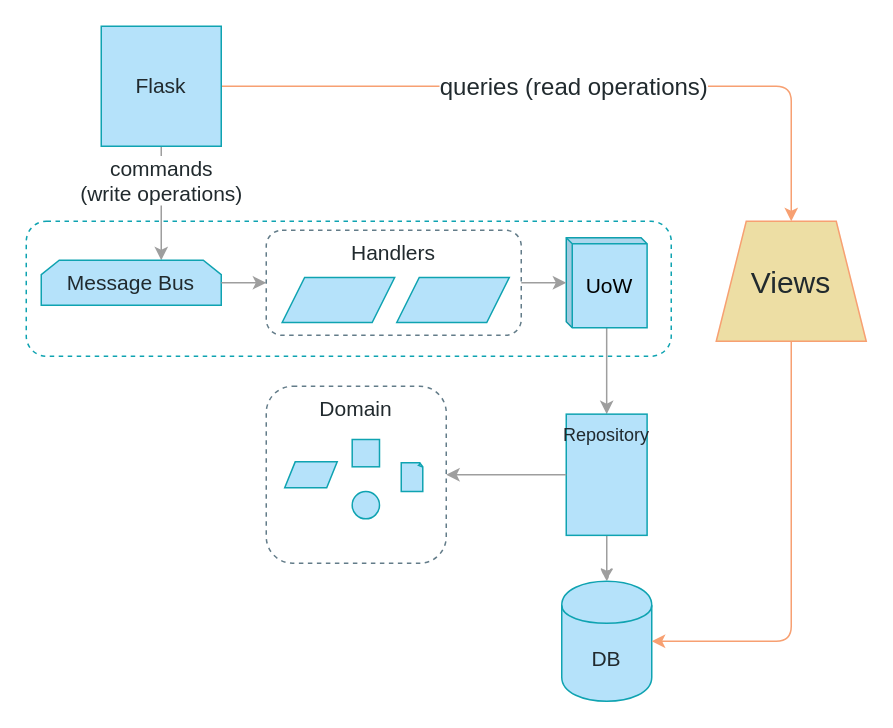
Earlier version of the draw.io diagram page "Chapter 12" (9 of 11) of maps.drawio (cosmicpython/book). Source tidied: cells renumbered, new cells numbered last; positions are measured from the earlier drawing's top-left corner, leaving out a move shared by most shapes. Both pictures are drawn from the tidied source at 150%, with x=0, y=0 at pixel (26, 26).
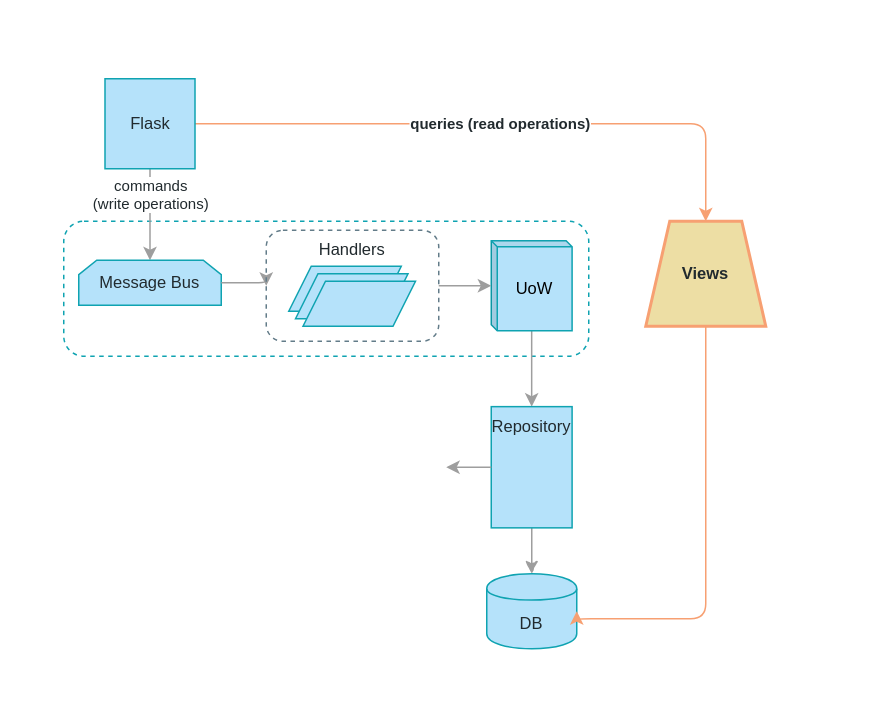
Above is the later version.

What changed in the source:
```diff
@@
-    <mxCell id="2" style="rounded=1;whiteSpace=wrap;html=1;shadow=0;dashed=1;fontFamily=Guardian Sans Cond Light;fontSize=18;fontColor=#0FA3B1;align=right;strokeColor=#0FA3B1;gradientColor=#ffffff;fillColor=none;labelPosition=center;verticalLabelPosition=top;verticalAlign=bottom;" parent="1" vertex="1">
-      <mxGeometry y="130" width="430" height="90" as="geometry" />
+    <mxCell id="2" style="rounded=1;whiteSpace=wrap;html=1;shadow=0;dashed=1;fontFamily=Guardian Sans Cond Light;fontSize=11;fontColor=#0FA3B1;align=right;strokeColor=#0FA3B1;gradientColor=#ffffff;fillColor=none;labelPosition=center;verticalLabelPosition=top;verticalAlign=bottom;" parent="1" vertex="1">
+      <mxGeometry x="25" y="130" width="350" height="90" as="geometry" />
     </mxCell>
-    <mxCell id="3" value="commands&lt;br style=&quot;font-size: 14px;&quot;&gt;(write operations)" style="edgeStyle=orthogonalEdgeStyle;jettySize=auto;html=1;strokeColor=#9E9E9E;fillColor=#B5E2FA;fontFamily=Guardian Sans Cond Light;fontSize=14;fontColor=#212A2E;verticalAlign=middle;exitX=0.5;exitY=1;exitDx=0;exitDy=0;" parent="1" edge="1" source="5">
-      <mxGeometry x="-0.4" relative="1" as="geometry">
-        <mxPoint x="90" y="156" as="targetPoint" />
+    <mxCell id="3" value="commands&lt;br style=&quot;font-size: 10px;&quot;&gt;(write operations)" style="edgeStyle=orthogonalEdgeStyle;jettySize=auto;html=1;strokeColor=#9E9E9E;fillColor=#B5E2FA;fontFamily=Guardian Sans Cond Light;fontSize=10;fontColor=#212A2E;verticalAlign=middle;exitX=0.5;exitY=1;exitDx=0;exitDy=0;entryX=0.5;entryY=0;entryDx=0;entryDy=0;" parent="1" edge="1" source="5" target="8">
+      <mxGeometry x="-0.29" y="-5" relative="1" as="geometry">
         <Array as="points">
-          <mxPoint x="90" y="100" />
+          <mxPoint x="83" y="120" />
+          <mxPoint x="83" y="120" />
         </Array>
+        <mxPoint x="5" y="-5" as="offset" />
       </mxGeometry>
     </mxCell>
-    <mxCell id="4" value="queries (read operations)" style="edgeStyle=orthogonalEdgeStyle;jettySize=auto;html=1;strokeColor=#F7A072;fillColor=#B5E2FA;fontFamily=Guardian Sans Cond Light;fontSize=16;fontColor=#212A2E;" parent="1" edge="1" source="5" target="27">
+    <mxCell id="4" value="queries (read operations)" style="edgeStyle=orthogonalEdgeStyle;jettySize=auto;html=1;strokeColor=#F7A072;fillColor=#B5E2FA;fontFamily=Guardian Sans Cond Light;fontSize=10;fontColor=#212A2E;fontStyle=1;" parent="1" edge="1" source="5" target="27">
       <mxGeometry relative="1" as="geometry" />
     </mxCell>
-    <mxCell id="5" value="Flask" style="whiteSpace=wrap;html=1;strokeColor=#0FA3B1;fillColor=#B5E2FA;gradientColor=none;fontFamily=Guardian Sans Cond Light;fontSize=14;fontColor=#212A2E;" parent="1" vertex="1">
-      <mxGeometry x="50" width="80" height="80" as="geometry" />
+    <mxCell id="5" value="Flask" style="whiteSpace=wrap;html=1;strokeColor=#0FA3B1;fillColor=#B5E2FA;gradientColor=none;fontFamily=Guardian Sans Cond Light;fontSize=11;fontColor=#212A2E;" parent="1" vertex="1">
+      <mxGeometry x="52.5" y="35" width="60" height="60" as="geometry" />
     </mxCell>
-    <mxCell id="6" style="edgeStyle=orthogonalEdgeStyle;jettySize=auto;html=1;strokeColor=#9E9E9E;fillColor=#B5E2FA;fontFamily=Guardian Sans Cond Light;fontSize=12;fontColor=#212A2E;" parent="1" edge="1" source="7" target="10">
+    <mxCell id="6" style="edgeStyle=orthogonalEdgeStyle;jettySize=auto;html=1;strokeColor=#9E9E9E;fillColor=#B5E2FA;fontFamily=Guardian Sans Cond Light;fontSize=11;fontColor=#212A2E;" parent="1" edge="1" source="7" target="10">
       <mxGeometry relative="1" as="geometry" />
     </mxCell>
-    <mxCell id="7" value="UoW" style="shape=cube;whiteSpace=wrap;html=1;boundedLbl=1;backgroundOutline=1;darkOpacity=0.05;darkOpacity2=0.1;fontFamily=Guardian Sans Cond Light;fontSize=14;fontColor=#000000;align=center;strokeColor=#0FA3B1;fillColor=#B5E2FA;size=4;" parent="1" vertex="1">
-      <mxGeometry x="360" y="141" width="53.9" height="60" as="geometry" />
+    <mxCell id="7" value="UoW" style="shape=cube;whiteSpace=wrap;html=1;boundedLbl=1;backgroundOutline=1;darkOpacity=0.05;darkOpacity2=0.1;fontFamily=Guardian Sans Cond Light;fontSize=11;fontColor=#000000;align=center;strokeColor=#0FA3B1;fillColor=#B5E2FA;size=4;" parent="1" vertex="1">
+      <mxGeometry x="310" y="143" width="53.9" height="60" as="geometry" />
     </mxCell>
-    <mxCell id="8" value="Message Bus" style="shape=loopLimit;whiteSpace=wrap;html=1;fontFamily=Guardian Sans Cond Light;fontSize=14;fontColor=#212A2E;align=center;strokeColor=#0FA3B1;fillColor=#B5E2FA;size=12;gradientColor=none;" parent="1" vertex="1">
-      <mxGeometry x="10" y="156" width="120" height="30" as="geometry" />
+    <mxCell id="8" value="Message Bus" style="shape=loopLimit;whiteSpace=wrap;html=1;fontFamily=Guardian Sans Cond Light;fontSize=11;fontColor=#212A2E;align=center;strokeColor=#0FA3B1;fillColor=#B5E2FA;size=12;gradientColor=none;" parent="1" vertex="1">
+      <mxGeometry x="35" y="156" width="95" height="30" as="geometry" />
     </mxCell>
-    <mxCell id="9" style="edgeStyle=orthogonalEdgeStyle;curved=1;comic=1;jettySize=auto;html=1;labelBackgroundColor=#ffffff;strokeColor=#9E9E9E;fontFamily=Guardian Sans Cond Light;fontSize=12;fontColor=#212A2E;fillColor=#B5E2FA;" parent="1" edge="1" source="10" target="13">
+    <mxCell id="9" style="edgeStyle=orthogonalEdgeStyle;curved=1;comic=1;jettySize=auto;html=1;labelBackgroundColor=#ffffff;strokeColor=#9E9E9E;fontFamily=Guardian Sans Cond Light;fontSize=11;fontColor=#212A2E;fillColor=#B5E2FA;" parent="1" edge="1" source="10" target="13">
       <mxGeometry relative="1" as="geometry" />
     </mxCell>
-    <mxCell id="10" value="Repository" style="whiteSpace=wrap;html=1;strokeColor=#0FA3B1;fillColor=#B5E2FA;gradientColor=none;fontFamily=Guardian Sans Cond Light;fontSize=12;fontColor=#212A2E;verticalAlign=top;" parent="1" vertex="1">
-      <mxGeometry x="360" y="258.6" width="53.9" height="80.8" as="geometry" />
+    <mxCell id="10" value="Repository" style="whiteSpace=wrap;html=1;strokeColor=#0FA3B1;fillColor=#B5E2FA;gradientColor=none;fontFamily=Guardian Sans Cond Light;fontSize=11;fontColor=#212A2E;verticalAlign=top;" parent="1" vertex="1">
+      <mxGeometry x="310" y="253.6" width="53.9" height="80.8" as="geometry" />
     </mxCell>
-    <mxCell id="11" style="edgeStyle=orthogonalEdgeStyle;jettySize=auto;html=1;strokeColor=#9E9E9E;fillColor=#B5E2FA;fontFamily=Guardian Sans Cond Light;fontSize=12;fontColor=#212A2E;entryX=0;entryY=0.5;entryDx=0;entryDy=0;exitX=1;exitY=0.5;exitDx=0;exitDy=0;" parent="1" edge="1" source="8" target="15">
+    <mxCell id="11" style="edgeStyle=orthogonalEdgeStyle;jettySize=auto;html=1;strokeColor=#9E9E9E;fillColor=#B5E2FA;fontFamily=Guardian Sans Cond Light;fontSize=11;fontColor=#212A2E;entryX=0;entryY=0.5;entryDx=0;entryDy=0;exitX=1;exitY=0.5;exitDx=0;exitDy=0;" parent="1" edge="1" source="8" target="15">
       <mxGeometry relative="1" as="geometry">
         <Array as="points">
           <mxPoint x="140" y="171" />
           <mxPoint x="140" y="171" />
         </Array>
       </mxGeometry>
     </mxCell>
-    <mxCell id="12" style="edgeStyle=orthogonalEdgeStyle;jettySize=auto;html=1;strokeColor=#9E9E9E;fillColor=#B5E2FA;fontFamily=Guardian Sans Cond Light;fontSize=12;fontColor=#212A2E;exitX=0;exitY=0.5;exitDx=0;exitDy=0;" parent="1" edge="1" source="10" target="20">
-      <mxGeometry relative="1" as="geometry" />
+    <mxCell id="12" style="edgeStyle=orthogonalEdgeStyle;jettySize=auto;html=1;strokeColor=#9E9E9E;fillColor=#B5E2FA;fontFamily=Guardian Sans Cond Light;fontSize=11;fontColor=#212A2E;exitX=0;exitY=0.5;exitDx=0;exitDy=0;" parent="1" edge="1" source="10">
+      <mxGeometry relative="1" as="geometry">
+        <mxPoint x="280" y="294.3" as="targetPoint" />
+      </mxGeometry>
     </mxCell>
-    <mxCell id="13" value="DB" style="shape=cylinder;whiteSpace=wrap;html=1;boundedLbl=1;backgroundOutline=1;strokeColor=#0FA3B1;fillColor=#B5E2FA;fontSize=14;fontColor=#212A2E;gradientColor=none;fontFamily=Guardian Sans Cond Light;" parent="1" vertex="1">
-      <mxGeometry x="357" y="370" width="60" height="80" as="geometry" />
+    <mxCell id="13" value="DB" style="shape=cylinder;whiteSpace=wrap;html=1;boundedLbl=1;backgroundOutline=1;strokeColor=#0FA3B1;fillColor=#B5E2FA;fontSize=11;fontColor=#212A2E;gradientColor=none;fontFamily=Guardian Sans Cond Light;" parent="1" vertex="1">
+      <mxGeometry x="307" y="365" width="60" height="50" as="geometry" />
     </mxCell>
-    <mxCell id="14" style="group;" parent="1" vertex="1">
-      <mxGeometry x="160" y="136" width="170" height="70" as="geometry" />
-    </mxCell>
+    <mxCell id="25" style="edgeStyle=orthogonalEdgeStyle;jettySize=auto;html=1;strokeColor=#9E9E9E;fillColor=#B5E2FA;fontFamily=Guardian Sans Cond Light;fontSize=11;fontColor=#212A2E;" parent="1" edge="1" source="15" target="7">
+      <mxGeometry relative="1" as="geometry" />
+    </mxCell>
+    <mxCell id="26" style="edgeStyle=orthogonalEdgeStyle;jettySize=auto;html=1;strokeColor=#F7A072;fillColor=#B5E2FA;fontFamily=Guardian Sans Cond Light;fontSize=11;fontColor=#212A2E;entryX=1;entryY=0.5;entryDx=0;entryDy=0;exitX=0.5;exitY=1;exitDx=0;exitDy=0;" parent="1" edge="1" source="27" target="13">
+      <mxGeometry relative="1" as="geometry">
+        <Array as="points">
+          <mxPoint x="453" y="395" />
+        </Array>
+      </mxGeometry>
+    </mxCell>
+    <mxCell id="27" value="Views" style="shape=trapezoid;perimeter=trapezoidPerimeter;whiteSpace=wrap;html=1;rounded=0;shadow=0;glass=0;comic=0;strokeColor=#F7A072;fillColor=#EDDEA4;gradientColor=none;fontFamily=Guardian Sans Cond Light;fontSize=11;fontColor=#212A2E;align=center;fontStyle=1;strokeWidth=2;" parent="1" vertex="1">
+      <mxGeometry x="413" y="130" width="80" height="70" as="geometry" />
+    </mxCell>
-    <mxCell id="15" value="Handlers" style="rounded=1;whiteSpace=wrap;html=1;fontFamily=Guardian Sans Cond Light;verticalAlign=top;fontSize=14;fontColor=#212A2E;fillColor=none;strokeColor=#637C89;fontStyle=0;dashed=1;" parent="14" vertex="1">
-      <mxGeometry width="170" height="70" as="geometry" />
+    <mxCell id="15" value="Handlers" style="rounded=1;whiteSpace=wrap;html=1;fontFamily=Guardian Sans Cond Light;verticalAlign=top;fontSize=11;fontColor=#212A2E;fillColor=none;strokeColor=#637C89;fontStyle=0;dashed=1;" parent="1" vertex="1">
+      <mxGeometry x="160" y="136" width="115" height="74" as="geometry" />
     </mxCell>
-    <mxCell id="16" style="shape=parallelogram;perimeter=parallelogramPerimeter;whiteSpace=wrap;html=1;fontFamily=Guardian Sans Cond Light;fontSize=14;fontColor=#212A2E;align=center;strokeColor=#0FA3B1;fillColor=#B5E2FA;" parent="14" vertex="1">
-      <mxGeometry x="10.6" y="31.5" width="75" height="30" as="geometry" />
+    <mxCell id="16" style="shape=parallelogram;perimeter=parallelogramPerimeter;whiteSpace=wrap;html=1;fontFamily=Guardian Sans Cond Light;fontSize=11;fontColor=#212A2E;align=center;strokeColor=#0FA3B1;fillColor=#B5E2FA;" parent="1" vertex="1">
+      <mxGeometry x="175" y="160" width="75" height="30" as="geometry" />
     </mxCell>
-    <mxCell id="17" style="shape=parallelogram;perimeter=parallelogramPerimeter;whiteSpace=wrap;html=1;fontFamily=Guardian Sans Cond Light;fontSize=14;fontColor=#212A2E;align=center;strokeColor=#0FA3B1;fillColor=#B5E2FA;" parent="14" vertex="1">
-      <mxGeometry x="87" y="31.5" width="75" height="30" as="geometry" />
+    <mxCell id="17" style="shape=parallelogram;perimeter=parallelogramPerimeter;whiteSpace=wrap;html=1;fontFamily=Guardian Sans Cond Light;fontSize=11;fontColor=#212A2E;align=center;strokeColor=#0FA3B1;fillColor=#B5E2FA;" parent="1" vertex="1">
+      <mxGeometry x="179.5" y="165" width="75" height="30" as="geometry" />
     </mxCell>
-    <mxCell id="18" style="group;" parent="1" vertex="1">
-      <mxGeometry x="160" y="240" width="120" height="118" as="geometry" />
-    </mxCell>
-    <mxCell id="19" style="group;" parent="18" vertex="1">
-      <mxGeometry width="120" height="118" as="geometry" />
-    </mxCell>
-    <mxCell id="20" value="Domain" style="rounded=1;whiteSpace=wrap;html=1;fontFamily=Guardian Sans Cond Light;verticalAlign=top;fontSize=14;fontColor=#212A2E;fillColor=none;strokeColor=#637C89;dashed=1;" parent="19" vertex="1">
-      <mxGeometry width="120" height="118" as="geometry" />
-    </mxCell>
-    <mxCell id="21" style="whiteSpace=wrap;html=1;fontSize=14;strokeColor=#0FA3B1;fillColor=#B5E2FA;fontFamily=Guardian Sans Cond Light;" parent="19" vertex="1">
-      <mxGeometry x="57.3" y="35.5" width="18.2" height="18.2" as="geometry" />
-    </mxCell>
-    <mxCell id="22" style="ellipse;whiteSpace=wrap;html=1;fontSize=14;strokeColor=#0FA3B1;fillColor=#B5E2FA;fontFamily=Guardian Sans Cond Light;" parent="19" vertex="1">
-      <mxGeometry x="57.3" y="70.2" width="18.2" height="18.2" as="geometry" />
-    </mxCell>
-    <mxCell id="23" style="shape=parallelogram;perimeter=parallelogramPerimeter;whiteSpace=wrap;html=1;fontFamily=Guardian Sans Cond Light;fontSize=14;fontColor=#000000;align=center;strokeColor=#0FA3B1;fillColor=#B5E2FA;" parent="19" vertex="1">
-      <mxGeometry x="12.3" y="50.4" width="35" height="17.3" as="geometry" />
-    </mxCell>
-    <mxCell id="24" style="whiteSpace=wrap;html=1;shape=mxgraph.basic.document;rounded=1;strokeColor=#0FA3B1;fillColor=#B5E2FA;fontFamily=Guardian Sans Cond Light;fontSize=12;" parent="19" vertex="1">
-      <mxGeometry x="90" y="51" width="14.5" height="19.2" as="geometry" />
-    </mxCell>
-    <mxCell id="25" style="edgeStyle=orthogonalEdgeStyle;jettySize=auto;html=1;strokeColor=#9E9E9E;fillColor=#B5E2FA;fontFamily=Guardian Sans Cond Light;fontSize=12;fontColor=#212A2E;" parent="1" edge="1" source="15" target="7">
-      <mxGeometry relative="1" as="geometry" />
-    </mxCell>
-    <mxCell id="26" style="edgeStyle=orthogonalEdgeStyle;jettySize=auto;html=1;strokeColor=#F7A072;fillColor=#B5E2FA;fontFamily=Guardian Sans Cond Light;fontSize=20;fontColor=#212A2E;entryX=1;entryY=0.5;entryDx=0;entryDy=0;exitX=0.5;exitY=1;exitDx=0;exitDy=0;" parent="1" edge="1" source="27" target="13">
-      <mxGeometry relative="1" as="geometry">
-        <Array as="points">
-          <mxPoint x="510" y="410" />
-        </Array>
-      </mxGeometry>
-    </mxCell>
-    <mxCell id="27" value="Views" style="shape=trapezoid;perimeter=trapezoidPerimeter;whiteSpace=wrap;html=1;rounded=0;shadow=0;glass=0;comic=0;strokeColor=#F7A072;fillColor=#EDDEA4;gradientColor=none;fontFamily=Guardian Sans Cond Light;fontSize=20;fontColor=#212A2E;align=center;" parent="1" vertex="1">
-      <mxGeometry x="460" y="130" width="100" height="80" as="geometry" />
-    </mxCell>
+    <mxCell id="28" style="shape=parallelogram;perimeter=parallelogramPerimeter;whiteSpace=wrap;html=1;fontFamily=Guardian Sans Cond Light;fontSize=11;fontColor=#212A2E;align=center;strokeColor=#0FA3B1;fillColor=#B5E2FA;" parent="1" vertex="1">
+      <mxGeometry x="184.5" y="170" width="75" height="30" as="geometry" />
+    </mxCell>
```
